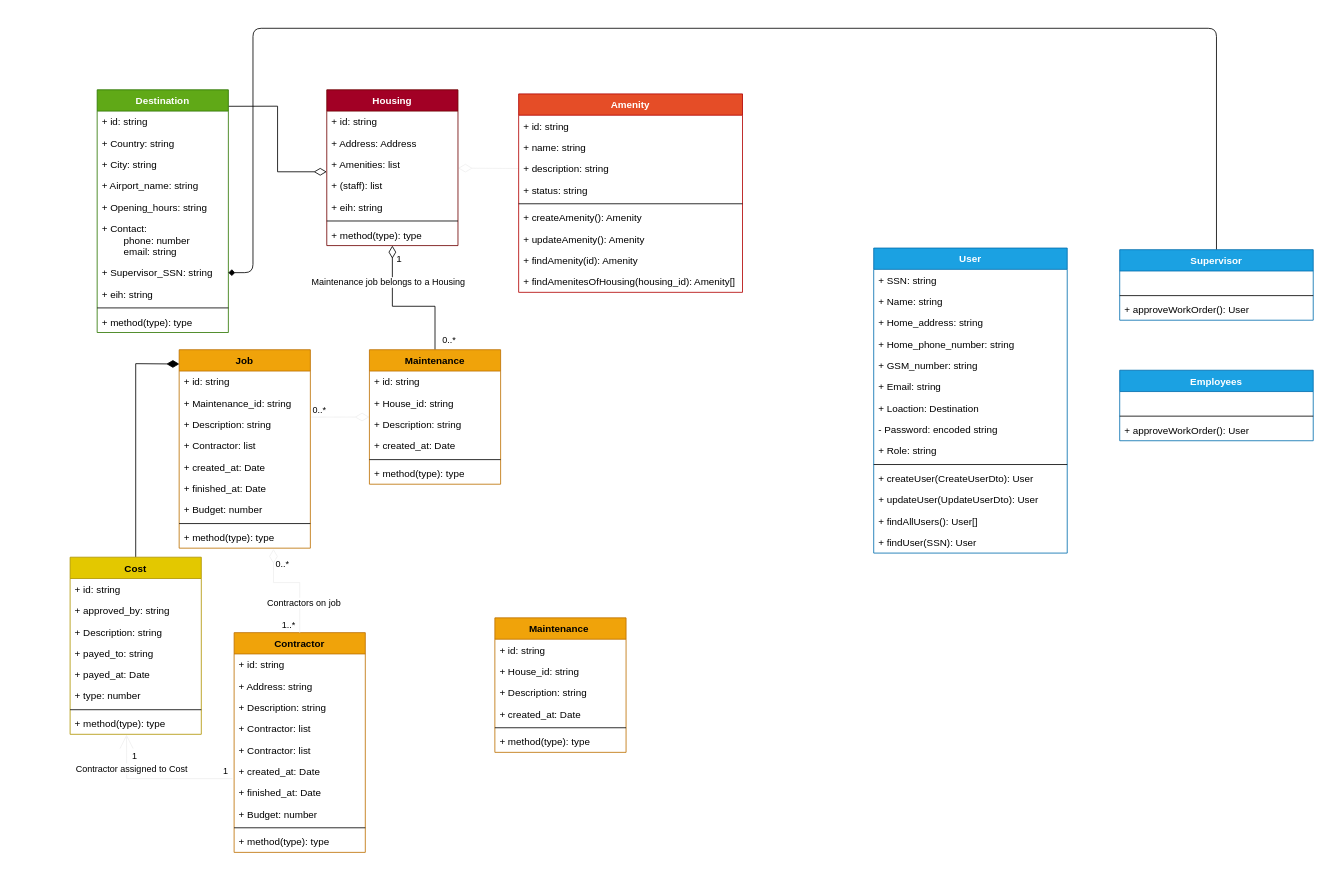
Before: design/rit/Klasarit - Housing - NaN Air.drawio in Sesslja/Verklegtnamskeid-1, a draw.io diagram. Source tidied: cells renumbered, new cells numbered last; positions are measured from the earlier drawing's top-left corner, leaving out a move shared by most shapes. Both pictures are drawn from the tidied source at 82%, with x=0, y=0 at pixel (70, 28).
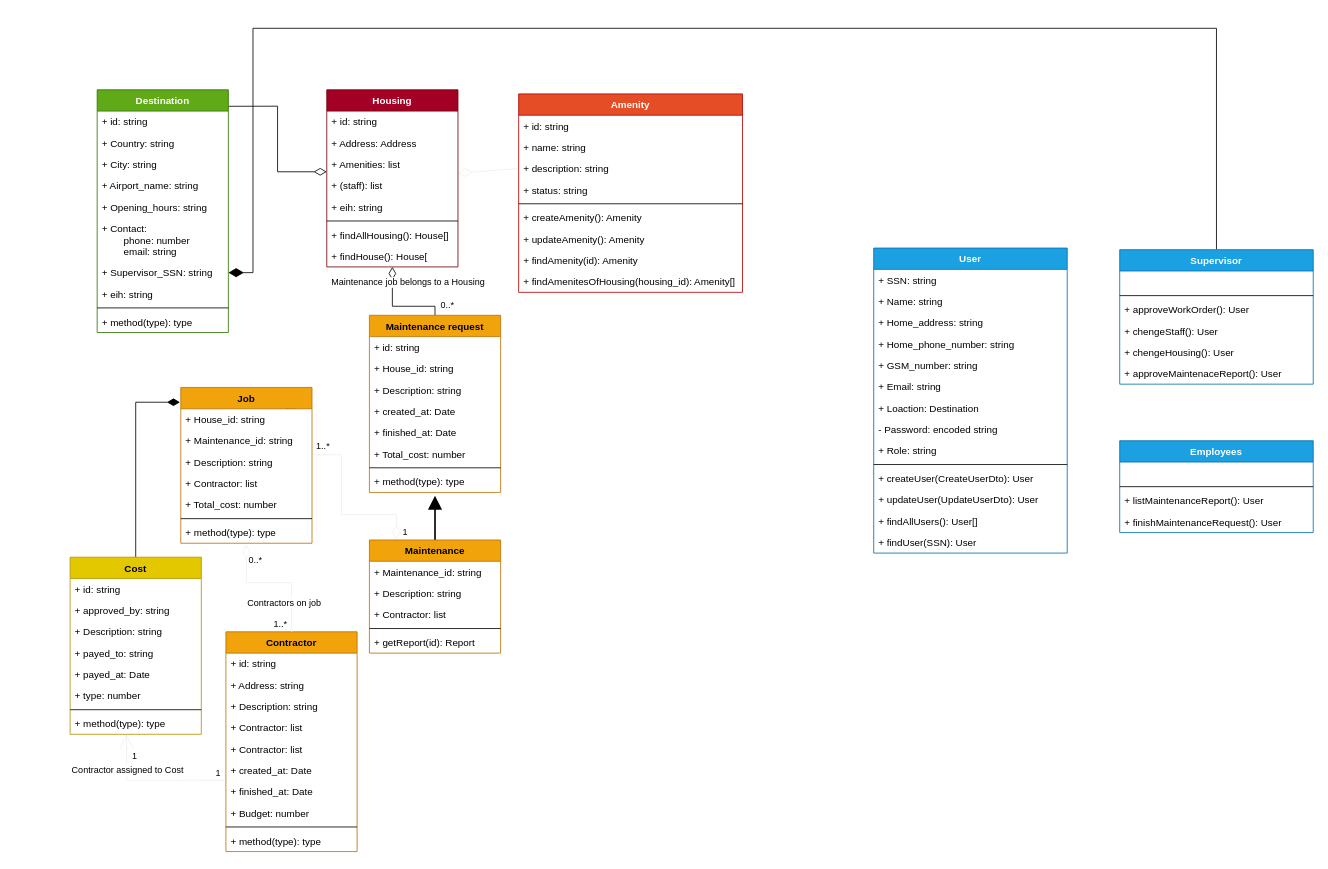
The same page after the edit.

Commit message (it also covers changes not shown here):
Update Class diagram Logic, and added UI class dg.

The change refers to these unchanged cells:
```xml
<mxCell id="34" value="+ Supervisor_SSN: string" style="text;strokeColor=none;fillColor=none;align=left;verticalAlign=top;spacingLeft=4;spacingRight=4;overflow=hidden;points=[[0,0.5],[1,0.5]];portConstraint=eastwest;" parent="27" vertex="1">
  <mxGeometry y="210" width="160" height="26" as="geometry" />
</mxCell>
<mxCell id="47" value="Cost" style="swimlane;fontStyle=1;align=center;verticalAlign=top;horizontal=1;startSize=26;fillColor=#e3c800;strokeColor=#B09500;fontColor=#000000;" parent="1" vertex="1">
  <mxGeometry y="645" width="160" height="216" as="geometry" />
</mxCell>
<mxCell id="55" value="+ method(type): type" style="text;strokeColor=none;fillColor=none;align=left;verticalAlign=top;spacingLeft=4;spacingRight=4;overflow=hidden;points=[[0,0.5],[1,0.5]];portConstraint=eastwest;" parent="47" vertex="1">
  <mxGeometry y="190" width="160" height="26" as="geometry" />
</mxCell>
<mxCell id="64" value="+ finished_at: Date" style="text;strokeColor=none;fillColor=none;align=left;verticalAlign=top;spacingLeft=4;spacingRight=4;overflow=hidden;points=[[0,0.5],[1,0.5]];portConstraint=eastwest;" parent="57" vertex="1">
  <mxGeometry y="182" width="160" height="26" as="geometry" />
</mxCell>
<mxCell id="102" value="+ Description: string" style="text;strokeColor=none;fillColor=none;align=left;verticalAlign=top;spacingLeft=4;spacingRight=4;overflow=hidden;points=[[0,0.5],[1,0.5]];portConstraint=eastwest;" parent="99" vertex="1">
  <mxGeometry y="78" width="160" height="26" as="geometry" />
</mxCell>
```

The edit, as a diff of the source:
```diff
@@
     <mxCell id="19" value="Housing" style="swimlane;fontStyle=1;align=center;verticalAlign=top;horizontal=1;startSize=26;fillColor=#a20025;strokeColor=#6F0000;fontColor=#ffffff;" parent="1" vertex="1">
-      <mxGeometry x="313" y="75" width="160" height="190" as="geometry" />
+      <mxGeometry x="313" y="75" width="160" height="216" as="geometry" />
     </mxCell>
@@
-    <mxCell id="26" value="+ method(type): type" style="text;strokeColor=none;fillColor=none;align=left;verticalAlign=top;spacingLeft=4;spacingRight=4;overflow=hidden;" parent="19" vertex="1">
+    <mxCell id="26" value="+ findAllHousing(): House[]" style="text;strokeColor=none;fillColor=none;align=left;verticalAlign=top;spacingLeft=4;spacingRight=4;overflow=hidden;" parent="19" vertex="1">
       <mxGeometry y="164" width="160" height="26" as="geometry" />
     </mxCell>
+    <mxCell id="116" value="+ findHouse(): House[" style="text;strokeColor=none;fillColor=none;align=left;verticalAlign=top;spacingLeft=4;spacingRight=4;overflow=hidden;" parent="19" vertex="1">
+      <mxGeometry y="190" width="160" height="26" as="geometry" />
+    </mxCell>
@@
-    <mxCell id="38" style="edgeStyle=none;html=1;fontSize=8;startArrow=diamondThin;startFill=1;endArrow=none;endFill=0;startSize=13;endSize=14;entryX=0.5;entryY=0;entryDx=0;entryDy=0;exitX=0.002;exitY=0.072;exitDx=0;exitDy=0;exitPerimeter=0;jumpStyle=line;rounded=0;" parent="1" edge="1" source="99" target="47">
+    <mxCell id="38" style="edgeStyle=none;html=1;fontSize=8;startArrow=diamondThin;startFill=1;endArrow=none;endFill=0;startSize=13;endSize=14;entryX=0.5;entryY=0;entryDx=0;entryDy=0;exitX=-0.006;exitY=0.095;exitDx=0;exitDy=0;exitPerimeter=0;jumpStyle=line;rounded=0;" parent="1" edge="1" source="99" target="47">
       <mxGeometry relative="1" as="geometry">
         <Array as="points">
-          <mxPoint x="80" y="409" />
+          <mxPoint x="80" y="456" />
         </Array>
       </mxGeometry>
     </mxCell>
-    <mxCell id="39" style="edgeStyle=none;rounded=0;jumpStyle=line;html=1;entryX=1.007;entryY=0.16;entryDx=0;entryDy=0;entryPerimeter=0;fontSize=11;startArrow=diamondThin;startFill=0;endArrow=none;endFill=0;startSize=15;endSize=16;strokeColor=#f0f0f0;" parent="1" edge="1" source="40" target="102">
-      <mxGeometry relative="1" as="geometry" />
+    <mxCell id="39" style="edgeStyle=none;rounded=0;jumpStyle=line;html=1;entryX=1.007;entryY=0.16;entryDx=0;entryDy=0;entryPerimeter=0;fontSize=11;startArrow=diamondThin;startFill=0;endArrow=none;endFill=0;startSize=15;endSize=16;strokeColor=#f0f0f0;exitX=0.206;exitY=0;exitDx=0;exitDy=0;exitPerimeter=0;" parent="1" edge="1" source="109" target="102">
+      <mxGeometry relative="1" as="geometry">
+        <Array as="points">
+          <mxPoint x="398" y="593" />
+          <mxPoint x="331" y="593" />
+          <mxPoint x="331" y="520" />
+        </Array>
+      </mxGeometry>
     </mxCell>
-    <mxCell id="40" value="Maintenance" style="swimlane;fontStyle=1;align=center;verticalAlign=top;horizontal=1;startSize=26;fillColor=#f0a30a;strokeColor=#BD7000;fontColor=#000000;" parent="1" vertex="1">
-      <mxGeometry x="365" y="392" width="160" height="164" as="geometry" />
+    <mxCell id="40" value="Maintenance request" style="swimlane;fontStyle=1;align=center;verticalAlign=top;horizontal=1;startSize=26;fillColor=#f0a30a;strokeColor=#BD7000;fontColor=#000000;" parent="1" vertex="1">
+      <mxGeometry x="365" y="350" width="160" height="216" as="geometry" />
     </mxCell>
@@
-    <mxCell id="42" value="+ House_id: string" style="text;strokeColor=none;fillColor=none;align=left;verticalAlign=top;spacingLeft=4;spacingRight=4;overflow=hidden;" parent="40" vertex="1">
-      <mxGeometry y="52" width="160" height="26" as="geometry" />
-    </mxCell>
+    <mxCell id="117" value="+ House_id: string" style="text;strokeColor=none;fillColor=none;align=left;verticalAlign=top;spacingLeft=4;spacingRight=4;overflow=hidden;" parent="40" vertex="1">
+      <mxGeometry y="52" width="160" height="26" as="geometry" />
+    </mxCell>
@@
+    <mxCell id="105" value="+ finished_at: Date" style="text;strokeColor=none;fillColor=none;align=left;verticalAlign=top;spacingLeft=4;spacingRight=4;overflow=hidden;" parent="40" vertex="1">
+      <mxGeometry y="130" width="160" height="26" as="geometry" />
+    </mxCell>
+    <mxCell id="118" value="+ Total_cost: number" style="text;strokeColor=none;fillColor=none;align=left;verticalAlign=top;spacingLeft=4;spacingRight=4;overflow=hidden;" parent="40" vertex="1">
+      <mxGeometry y="156" width="160" height="26" as="geometry" />
+    </mxCell>
     <mxCell id="45" style="line;strokeWidth=1;fillColor=none;align=left;verticalAlign=middle;spacingTop=-1;spacingLeft=3;spacingRight=3;labelPosition=right;" parent="40" vertex="1">
-      <mxGeometry y="130" width="160" height="8" as="geometry" />
+      <mxGeometry y="182" width="160" height="8" as="geometry" />
     </mxCell>
     <mxCell id="46" value="+ method(type): type" style="text;strokeColor=none;fillColor=none;align=left;verticalAlign=top;spacingLeft=4;spacingRight=4;overflow=hidden;points=[[0,0.5],[1,0.5]];portConstraint=eastwest;" parent="40" vertex="1">
-      <mxGeometry y="138" width="160" height="26" as="geometry" />
+      <mxGeometry y="190" width="160" height="26" as="geometry" />
     </mxCell>
@@
     <mxCell id="56" value="0..*" style="text;html=1;align=center;verticalAlign=middle;fillColor=none;strokeColor=none;rounded=0;fontSize=11;" parent="1" vertex="1">
-      <mxGeometry x="448" y="371" width="27" height="17" as="geometry" />
+      <mxGeometry x="446" y="329" width="27" height="17" as="geometry" />
     </mxCell>
     <mxCell id="57" value="Contractor" style="swimlane;fontStyle=1;align=center;verticalAlign=top;horizontal=1;startSize=26;fillColor=#f0a30a;strokeColor=#BD7000;fontColor=#000000;" parent="1" vertex="1">
-      <mxGeometry x="200" y="737" width="160" height="268" as="geometry" />
+      <mxGeometry x="190" y="736" width="160" height="268" as="geometry" />
     </mxCell>
@@
-    <mxCell id="68" value="&lt;font style=&quot;font-size: 12px&quot;&gt;1&lt;/font&gt;" style="text;html=1;align=center;verticalAlign=middle;fillColor=none;strokeColor=none;rounded=0;fontSize=8;" parent="1" vertex="1">
-      <mxGeometry x="392" y="274" width="17" height="16" as="geometry" />
-    </mxCell>
@@
-    <mxCell id="70" style="endArrow=none;html=1;fontSize=11;startSize=15;endSize=16;strokeColor=#f0f0f0;endFill=0;startArrow=open;startFill=0;exitX=0.43;exitY=1.01;exitDx=0;exitDy=0;exitPerimeter=0;rounded=0;" parent="1" edge="1" source="55">
+    <mxCell id="70" style="endArrow=none;html=1;fontSize=11;startSize=15;endSize=16;strokeColor=#f0f0f0;endFill=0;startArrow=open;startFill=0;exitX=0.43;exitY=1.01;exitDx=0;exitDy=0;exitPerimeter=0;rounded=0;entryX=-0.006;entryY=-0.038;entryDx=0;entryDy=0;entryPerimeter=0;" parent="1" edge="1" source="55" target="64">
       <mxGeometry relative="1" as="geometry">
-        <mxPoint x="198" y="915" as="targetPoint" />
         <Array as="points">
-          <mxPoint x="69" y="915" />
+          <mxPoint x="69" y="917" />
         </Array>
       </mxGeometry>
     </mxCell>
@@
     <mxCell id="74" style="endArrow=none;html=1;fontSize=11;startSize=15;endSize=16;strokeColor=#f0f0f0;endFill=0;startArrow=diamondThin;startFill=0;rounded=0;entryX=0.5;entryY=0;entryDx=0;entryDy=0;" parent="1" edge="1" target="57">
       <mxGeometry relative="1" as="geometry">
-        <mxPoint x="248" y="635" as="sourcePoint" />
+        <mxPoint x="215" y="630" as="sourcePoint" />
         <Array as="points">
-          <mxPoint x="248" y="676" />
-          <mxPoint x="280" y="676" />
+          <mxPoint x="215" y="676" />
+          <mxPoint x="270" y="676" />
         </Array>
       </mxGeometry>
     </mxCell>
@@
     <mxCell id="78" value="Maintenance job belongs to a Housing" style="edgeLabel;html=1;align=center;verticalAlign=middle;" parent="74" vertex="1">
       <mxGeometry relative="1" as="geometry">
-        <mxPoint x="113" y="-367" as="offset" />
+        <mxPoint x="161" y="-367" as="offset" />
       </mxGeometry>
     </mxCell>
@@
-    <mxCell id="80" style="edgeStyle=none;html=1;entryX=1;entryY=0.5;entryDx=0;entryDy=0;endArrow=diamond;endFill=1;" parent="1" edge="1" source="81" target="34">
+    <mxCell id="80" style="edgeStyle=none;html=1;entryX=1;entryY=0.5;entryDx=0;entryDy=0;endArrow=diamondThin;endFill=1;rounded=0;endSize=16;startSize=14;" parent="1" edge="1" source="81" target="34">
       <mxGeometry relative="1" as="geometry">
         <Array as="points">
           <mxPoint x="1398" />
           <mxPoint x="223" />
           <mxPoint x="223" y="298" />
         </Array>
       </mxGeometry>
     </mxCell>
     <mxCell id="81" value="Supervisor" style="swimlane;fontStyle=1;align=center;verticalAlign=top;horizontal=1;startSize=26;fillColor=#1ba1e2;strokeColor=#006EAF;fontColor=#ffffff;" parent="1" vertex="1">
-      <mxGeometry x="1280" y="270" width="236" height="86" as="geometry" />
+      <mxGeometry x="1280" y="270" width="236" height="164" as="geometry" />
     </mxCell>
@@
+    <mxCell id="119" value="+ chengeStaff(): User" style="text;strokeColor=none;fillColor=none;align=left;verticalAlign=top;spacingLeft=4;spacingRight=4;overflow=hidden;" parent="81" vertex="1">
+      <mxGeometry y="86" width="236" height="26" as="geometry" />
+    </mxCell>
+    <mxCell id="120" value="+ chengeHousing(): User" style="text;strokeColor=none;fillColor=none;align=left;verticalAlign=top;spacingLeft=4;spacingRight=4;overflow=hidden;" parent="81" vertex="1">
+      <mxGeometry y="112" width="236" height="26" as="geometry" />
+    </mxCell>
+    <mxCell id="121" value="+ approveMaintenaceReport(): User" style="text;strokeColor=none;fillColor=none;align=left;verticalAlign=top;spacingLeft=4;spacingRight=4;overflow=hidden;" parent="81" vertex="1">
+      <mxGeometry y="138" width="236" height="26" as="geometry" />
+    </mxCell>
     <mxCell id="85" value="Employees" style="swimlane;fontStyle=1;align=center;verticalAlign=top;horizontal=1;startSize=26;fillColor=#1ba1e2;strokeColor=#006EAF;fontColor=#ffffff;" parent="1" vertex="1">
-      <mxGeometry x="1280" y="417" width="236" height="86" as="geometry" />
+      <mxGeometry x="1280" y="503" width="236" height="112" as="geometry" />
     </mxCell>
@@
-    <mxCell id="88" value="+ approveWorkOrder(): User" style="text;strokeColor=none;fillColor=none;align=left;verticalAlign=top;spacingLeft=4;spacingRight=4;overflow=hidden;" parent="85" vertex="1">
+    <mxCell id="88" value="+ listMaintenanceReport(): User" style="text;strokeColor=none;fillColor=none;align=left;verticalAlign=top;spacingLeft=4;spacingRight=4;overflow=hidden;" parent="85" vertex="1">
       <mxGeometry y="60" width="236" height="26" as="geometry" />
     </mxCell>
+    <mxCell id="122" value="+ finishMaintenanceRequest(): User" style="text;strokeColor=none;fillColor=none;align=left;verticalAlign=top;spacingLeft=4;spacingRight=4;overflow=hidden;" parent="85" vertex="1">
+      <mxGeometry y="86" width="236" height="26" as="geometry" />
+    </mxCell>
@@
     <mxCell id="99" value="Job" style="swimlane;fontStyle=1;align=center;verticalAlign=top;horizontal=1;startSize=26;fillColor=#f0a30a;strokeColor=#BD7000;fontColor=#000000;" parent="1" vertex="1">
-      <mxGeometry x="133" y="392" width="160" height="242" as="geometry" />
+      <mxGeometry x="135" y="438" width="160" height="190" as="geometry" />
     </mxCell>
-    <mxCell id="100" value="+ id: string" style="text;strokeColor=none;fillColor=none;align=left;verticalAlign=top;spacingLeft=4;spacingRight=4;overflow=hidden;" parent="99" vertex="1">
+    <mxCell id="100" value="+ House_id: string" style="text;strokeColor=none;fillColor=none;align=left;verticalAlign=top;spacingLeft=4;spacingRight=4;overflow=hidden;" parent="99" vertex="1">
       <mxGeometry y="26" width="160" height="26" as="geometry" />
     </mxCell>
@@
-    <mxCell id="104" value="+ created_at: Date" style="text;strokeColor=none;fillColor=none;align=left;verticalAlign=top;spacingLeft=4;spacingRight=4;overflow=hidden;" parent="99" vertex="1">
-      <mxGeometry y="130" width="160" height="26" as="geometry" />
-    </mxCell>
-    <mxCell id="105" value="+ finished_at: Date" style="text;strokeColor=none;fillColor=none;align=left;verticalAlign=top;spacingLeft=4;spacingRight=4;overflow=hidden;" parent="99" vertex="1">
-      <mxGeometry y="156" width="160" height="26" as="geometry" />
-    </mxCell>
-    <mxCell id="106" value="+ Budget: number" style="text;strokeColor=none;fillColor=none;align=left;verticalAlign=top;spacingLeft=4;spacingRight=4;overflow=hidden;" parent="99" vertex="1">
-      <mxGeometry y="182" width="160" height="26" as="geometry" />
+    <mxCell id="106" value="+ Total_cost: number" style="text;strokeColor=none;fillColor=none;align=left;verticalAlign=top;spacingLeft=4;spacingRight=4;overflow=hidden;" parent="99" vertex="1">
+      <mxGeometry y="130" width="160" height="26" as="geometry" />
     </mxCell>
     <mxCell id="107" style="line;strokeWidth=1;fillColor=none;align=left;verticalAlign=middle;spacingTop=-1;spacingLeft=3;spacingRight=3;labelPosition=right;" parent="99" vertex="1">
-      <mxGeometry y="208" width="160" height="8" as="geometry" />
+      <mxGeometry y="156" width="160" height="8" as="geometry" />
     </mxCell>
     <mxCell id="108" value="+ method(type): type" style="text;strokeColor=none;fillColor=none;align=left;verticalAlign=top;spacingLeft=4;spacingRight=4;overflow=hidden;" parent="99" vertex="1">
-      <mxGeometry y="216" width="160" height="26" as="geometry" />
+      <mxGeometry y="164" width="160" height="26" as="geometry" />
     </mxCell>
+    <mxCell id="68" value="1" style="edgeLabel;html=1;align=right;verticalAlign=bottom;" parent="1" vertex="1">
+      <mxGeometry x="222" y="714" as="geometry">
+        <mxPoint x="190" y="-92" as="offset" />
+      </mxGeometry>
+    </mxCell>
+    <mxCell id="123" value="1..*" style="edgeLabel;html=1;align=right;verticalAlign=bottom;" parent="1" vertex="1">
+      <mxGeometry x="-68" y="704" as="geometry">
+        <mxPoint x="385" y="-186" as="offset" />
+      </mxGeometry>
+    </mxCell>
+    <mxCell id="124" style="edgeStyle=none;html=1;entryX=0.5;entryY=1.154;entryDx=0;entryDy=0;entryPerimeter=0;endSize=12;endArrow=block;endFill=1;startSize=8;strokeWidth=2;" parent="1" edge="1" source="109" target="46">
+      <mxGeometry relative="1" as="geometry" />
+    </mxCell>
-    <mxCell id="109" value="Maintenance " style="swimlane;fontStyle=1;align=center;verticalAlign=top;horizontal=1;startSize=26;fillColor=#f0a30a;strokeColor=#BD7000;fontColor=#000000;" parent="1" vertex="1">
-      <mxGeometry x="518" y="719" width="160" height="164" as="geometry" />
+    <mxCell id="109" value="Maintenance" style="swimlane;fontStyle=1;align=center;verticalAlign=top;horizontal=1;startSize=26;fillColor=#f0a30a;strokeColor=#BD7000;fontColor=#000000;" parent="1" vertex="1">
+      <mxGeometry x="365" y="624" width="160" height="138" as="geometry" />
     </mxCell>
-    <mxCell id="110" value="+ id: string" style="text;strokeColor=none;fillColor=none;align=left;verticalAlign=top;spacingLeft=4;spacingRight=4;overflow=hidden;" parent="109" vertex="1">
-      <mxGeometry y="26" width="160" height="26" as="geometry" />
-    </mxCell>
-    <mxCell id="111" value="+ House_id: string" style="text;strokeColor=none;fillColor=none;align=left;verticalAlign=top;spacingLeft=4;spacingRight=4;overflow=hidden;" parent="109" vertex="1">
-      <mxGeometry y="52" width="160" height="26" as="geometry" />
-    </mxCell>
+    <mxCell id="125" value="+ Maintenance_id: string" style="text;strokeColor=none;fillColor=none;align=left;verticalAlign=top;spacingLeft=4;spacingRight=4;overflow=hidden;" parent="109" vertex="1">
+      <mxGeometry y="26" width="160" height="26" as="geometry" />
+    </mxCell>
     <mxCell id="112" value="+ Description: string" style="text;strokeColor=none;fillColor=none;align=left;verticalAlign=top;spacingLeft=4;spacingRight=4;overflow=hidden;" parent="109" vertex="1">
-      <mxGeometry y="78" width="160" height="26" as="geometry" />
+      <mxGeometry y="52" width="160" height="26" as="geometry" />
     </mxCell>
-    <mxCell id="113" value="+ created_at: Date" style="text;strokeColor=none;fillColor=none;align=left;verticalAlign=top;spacingLeft=4;spacingRight=4;overflow=hidden;" parent="109" vertex="1">
-      <mxGeometry y="104" width="160" height="26" as="geometry" />
-    </mxCell>
-    <mxCell id="114" style="line;strokeWidth=1;fillColor=none;align=left;verticalAlign=middle;spacingTop=-1;spacingLeft=3;spacingRight=3;labelPosition=right;" parent="109" vertex="1">
-      <mxGeometry y="130" width="160" height="8" as="geometry" />
-    </mxCell>
-    <mxCell id="115" value="+ method(type): type" style="text;strokeColor=none;fillColor=none;align=left;verticalAlign=top;spacingLeft=4;spacingRight=4;overflow=hidden;" parent="109" vertex="1">
-      <mxGeometry y="138" width="160" height="26" as="geometry" />
-    </mxCell>
+    <mxCell id="126" value="+ Contractor: list" style="text;strokeColor=none;fillColor=none;align=left;verticalAlign=top;spacingLeft=4;spacingRight=4;overflow=hidden;" parent="109" vertex="1">
+      <mxGeometry y="78" width="160" height="26" as="geometry" />
+    </mxCell>
+    <mxCell id="127" style="line;strokeWidth=1;fillColor=none;align=left;verticalAlign=middle;spacingTop=-1;spacingLeft=3;spacingRight=3;labelPosition=right;" parent="109" vertex="1">
+      <mxGeometry y="104" width="160" height="8" as="geometry" />
+    </mxCell>
+    <mxCell id="128" value="+ getReport(id): Report" style="text;strokeColor=none;fillColor=none;align=left;verticalAlign=top;spacingLeft=4;spacingRight=4;overflow=hidden;" parent="109" vertex="1">
+      <mxGeometry y="112" width="160" height="26" as="geometry" />
+    </mxCell>
```
